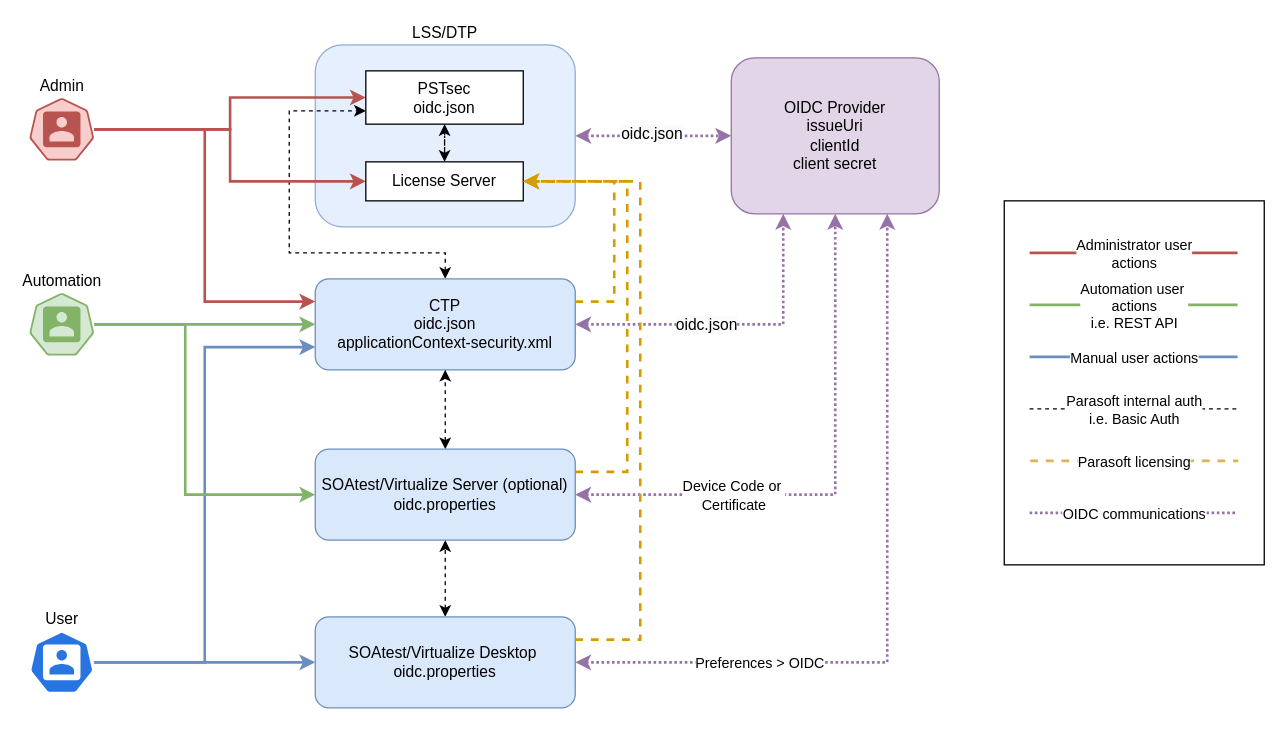
Above: page "server" (1 of 2) of oidc.drawio in gtrofimov/draw-io-projects (draw.io), before the change. Source tidied: cells renumbered, new cells numbered last; positions are measured from the earlier drawing's top-left corner, leaving out a move shared by most shapes. Both pictures are drawn from the tidied source at 130%, with x=0, y=0 at pixel (29, 44).
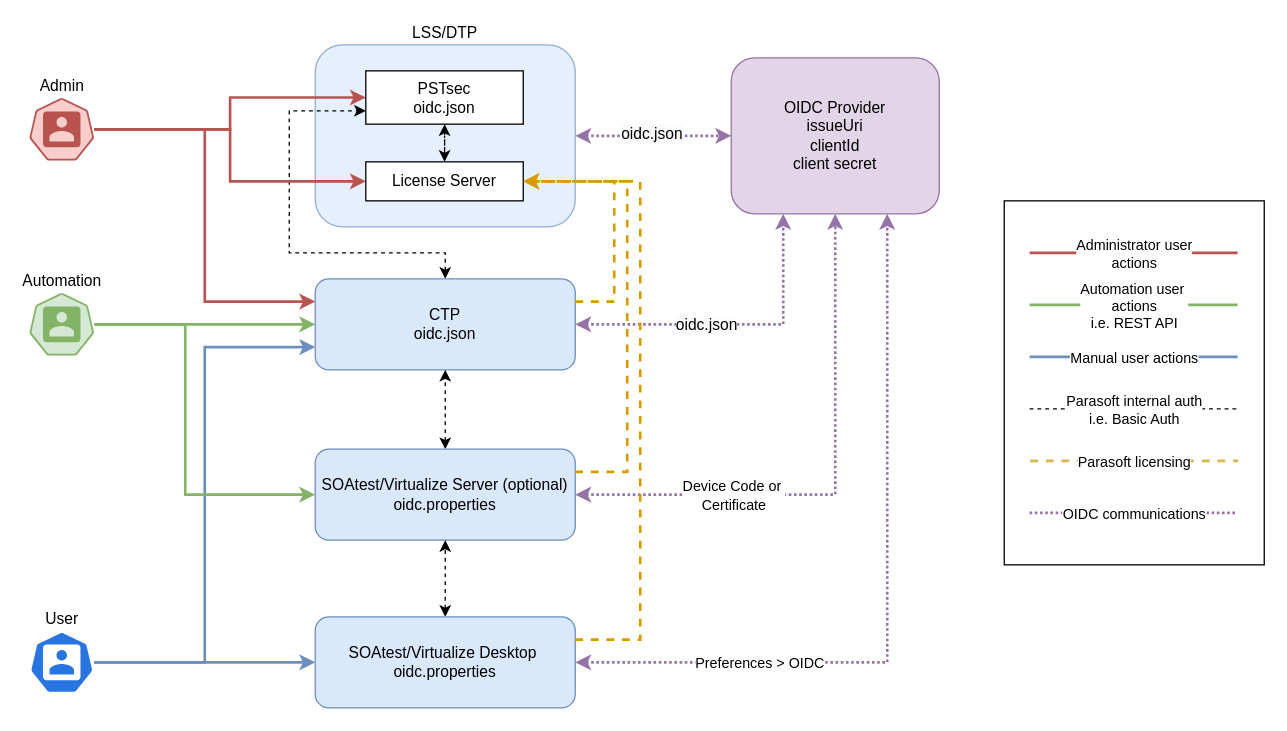
The same page after the edit.

The edit, as a diff of the source:
```diff
@@
-    <mxCell id="6" value="CTP&lt;div&gt;&lt;div&gt;oidc.json&lt;/div&gt;&lt;div&gt;applicationContext-security.xml&lt;/div&gt;&lt;/div&gt;" style="rounded=1;whiteSpace=wrap;html=1;fillColor=#dae8fc;strokeColor=#6c8ebf;" parent="1" vertex="1">
+    <mxCell id="6" value="CTP&lt;div&gt;&lt;div&gt;oidc.json&lt;/div&gt;&lt;/div&gt;" style="rounded=1;whiteSpace=wrap;html=1;fillColor=#dae8fc;strokeColor=#6c8ebf;" parent="1" vertex="1">
       <mxGeometry x="220" y="180" width="200" height="70" as="geometry" />
     </mxCell>
```
